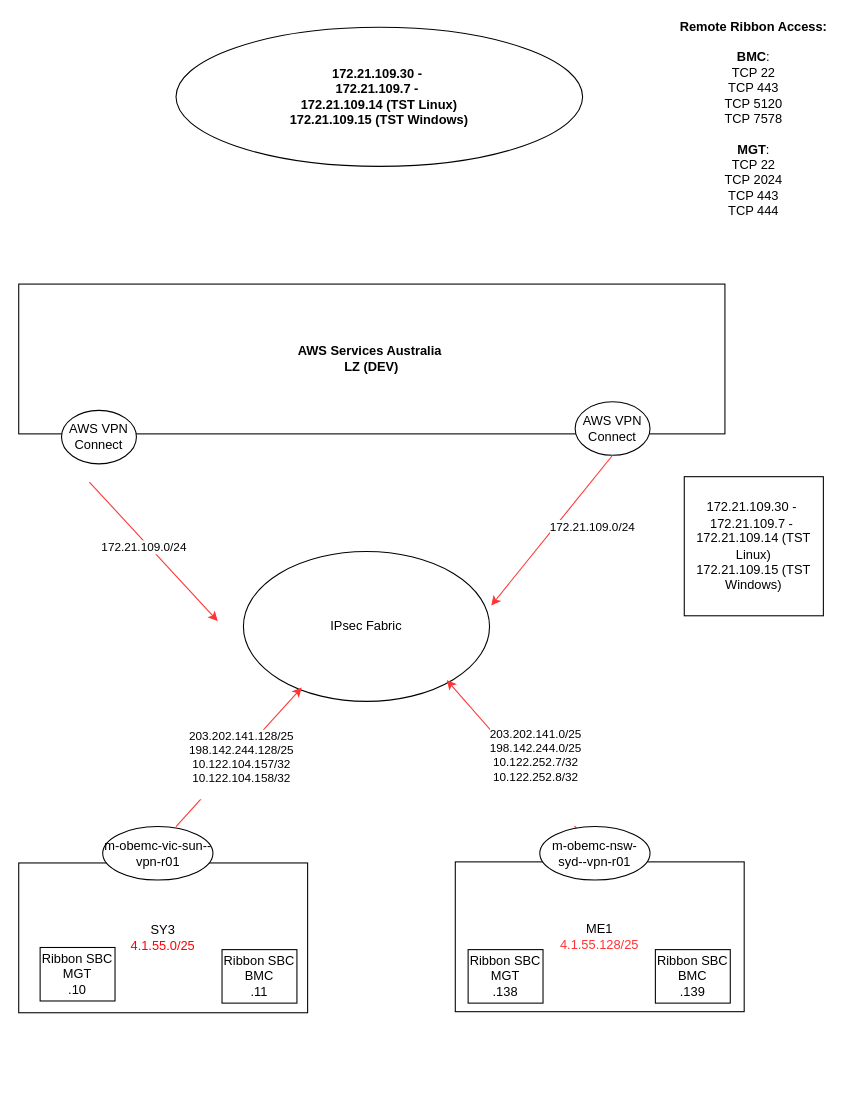
Above: SA Dev AWS into ATAC.drawio in mr-clutch/draw-io (draw.io), before the change. Source tidied: cells renumbered, new cells numbered last; positions are measured from the earlier drawing's top-left corner, leaving out a move shared by most shapes. Both pictures are drawn from the tidied source at 107%, with x=0, y=0 at pixel (18, 27).
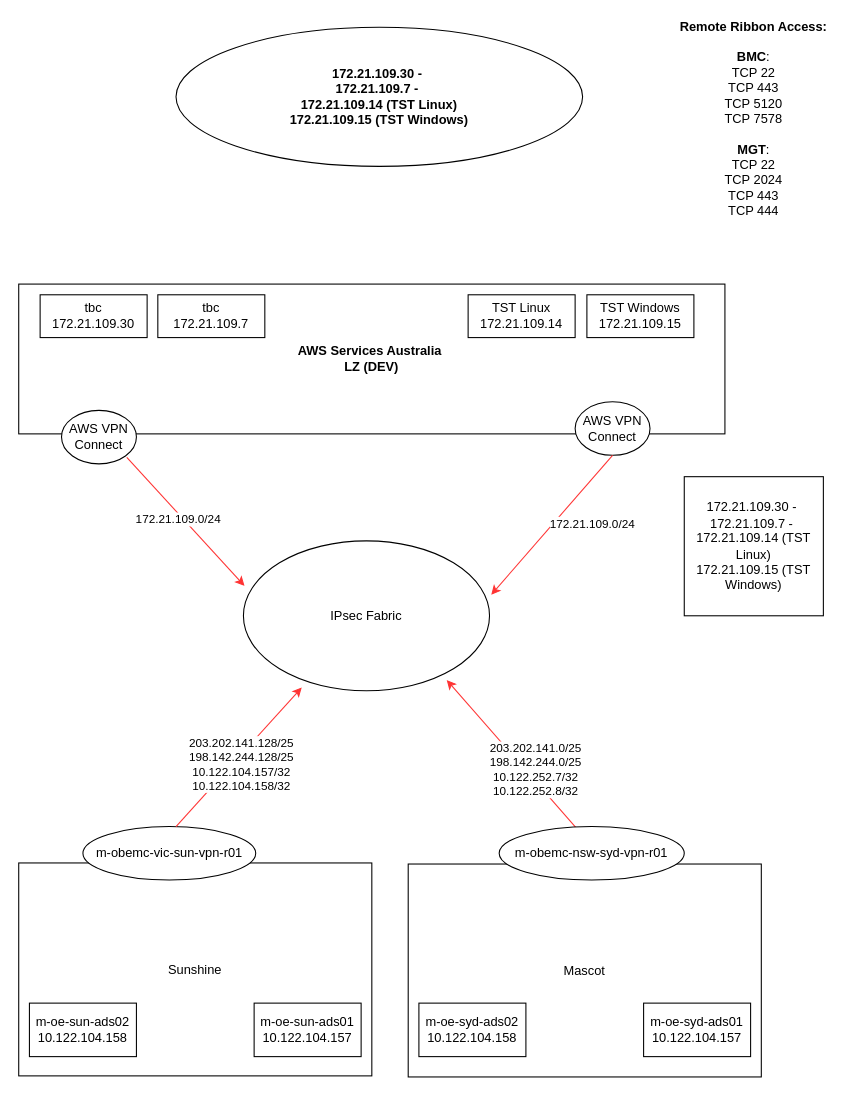
The same diagram, later.

The change refers to these unchanged cells:
```xml
<mxCell id="15" style="endArrow=classic;html=1;rounded=0;strokeColor=#FF3333;" parent="1" edge="1">
  <mxGeometry relative="1" as="geometry">
    <mxPoint x="147" y="747" as="sourcePoint" />
    <mxPoint x="264.5" y="617" as="targetPoint" />
  </mxGeometry>
</mxCell>
<mxCell id="19" style="endArrow=classic;html=1;rounded=0;strokeColor=#FF3333;" parent="1" edge="1">
  <mxGeometry relative="1" as="geometry">
    <mxPoint x="540" y="770" as="sourcePoint" />
    <mxPoint x="400" y="610" as="targetPoint" />
  </mxGeometry>
</mxCell>
```

The edit, as a diff of the source:
```diff
@@
     <mxCell id="2" value="IPsec Fabric" style="ellipse;whiteSpace=wrap;html=1;" parent="1" vertex="1">
-      <mxGeometry x="210" y="490" width="230" height="140" as="geometry" />
+      <mxGeometry x="210" y="480" width="230" height="140" as="geometry" />
     </mxCell>
@@
-    <mxCell id="4" value="SY3&lt;br&gt;&lt;font color=&quot;#ff0000&quot;&gt;4.1.55.0/25&lt;/font&gt;" style="rounded=0;whiteSpace=wrap;html=1;direction=west;" parent="1" vertex="1">
-      <mxGeometry y="781" width="270" height="140" as="geometry" />
+    <mxCell id="4" value="Sunshine" style="rounded=0;whiteSpace=wrap;html=1;direction=west;" parent="1" vertex="1">
+      <mxGeometry y="781" width="330" height="199" as="geometry" />
     </mxCell>
-    <mxCell id="5" value="ME1&lt;div&gt;&lt;font color=&quot;#ff3333&quot;&gt;4.1.55.128/25&lt;/font&gt;&lt;/div&gt;" style="rounded=0;whiteSpace=wrap;html=1;direction=west;" parent="1" vertex="1">
-      <mxGeometry x="408" y="780" width="270" height="140" as="geometry" />
+    <mxCell id="5" value="Mascot" style="rounded=0;whiteSpace=wrap;html=1;direction=west;" parent="1" vertex="1">
+      <mxGeometry x="364" y="782" width="330" height="199" as="geometry" />
     </mxCell>
@@
-    <mxCell id="8" value="m-obemc-vic-sun--vpn-r01" style="ellipse;whiteSpace=wrap;html=1;" parent="1" vertex="1">
-      <mxGeometry x="78.5" y="747" width="103" height="50" as="geometry" />
+    <mxCell id="8" value="m-obemc-vic-sun-vpn-r01" style="ellipse;whiteSpace=wrap;html=1;" parent="1" vertex="1">
+      <mxGeometry x="60" y="747" width="161.5" height="50" as="geometry" />
     </mxCell>
@@
-    <mxCell id="10" value="Ribbon SBC&lt;div&gt;MGT&lt;/div&gt;&lt;div&gt;.10&lt;/div&gt;" style="rounded=0;whiteSpace=wrap;html=1;direction=west;" parent="1" vertex="1">
-      <mxGeometry x="20" y="860" width="70" height="50" as="geometry" />
+    <mxCell id="10" value="m-oe-sun-ads02&lt;div&gt;10.122.104.158&lt;/div&gt;" style="rounded=0;whiteSpace=wrap;html=1;direction=west;" parent="1" vertex="1">
+      <mxGeometry x="10" y="912" width="100" height="50" as="geometry" />
     </mxCell>
-    <mxCell id="11" value="Ribbon SBC&lt;div&gt;BMC&lt;/div&gt;&lt;div&gt;.11&lt;/div&gt;" style="rounded=0;whiteSpace=wrap;html=1;direction=west;" parent="1" vertex="1">
-      <mxGeometry x="190" y="862" width="70" height="50" as="geometry" />
+    <mxCell id="11" value="m-oe-sun-ads01&lt;div&gt;10.122.104.157&lt;/div&gt;" style="rounded=0;whiteSpace=wrap;html=1;direction=west;" parent="1" vertex="1">
+      <mxGeometry x="220" y="912" width="100" height="50" as="geometry" />
     </mxCell>
-    <mxCell id="12" value="Ribbon SBC&lt;div&gt;MGT&lt;/div&gt;&lt;div&gt;.138&lt;/div&gt;" style="rounded=0;whiteSpace=wrap;html=1;direction=west;" parent="1" vertex="1">
-      <mxGeometry x="420" y="862" width="70" height="50" as="geometry" />
-    </mxCell>
-    <mxCell id="13" value="Ribbon SBC&lt;div&gt;BMC&lt;/div&gt;&lt;div&gt;.139&lt;/div&gt;" style="rounded=0;whiteSpace=wrap;html=1;direction=west;" parent="1" vertex="1">
-      <mxGeometry x="595" y="862" width="70" height="50" as="geometry" />
-    </mxCell>
@@
-    <mxCell id="16" value="203.202.141.128/25&lt;div&gt;198.142.244.128/25&lt;/div&gt;&lt;div&gt;10.122.104.157/32&lt;/div&gt;&lt;div&gt;&lt;div&gt;10.122.104.158/32&lt;/div&gt;&lt;div&gt;&lt;br&gt;&lt;/div&gt;&lt;/div&gt;" style="edgeLabel;html=1;align=center;verticalAlign=middle;strokeColor=#FF3333;" parent="15" vertex="1">
+    <mxCell id="16" value="203.202.141.128/25&lt;div&gt;198.142.244.128/25&lt;/div&gt;&lt;div&gt;10.122.104.157/32&lt;/div&gt;&lt;div&gt;&lt;div&gt;10.122.104.158/32&lt;/div&gt;&lt;/div&gt;" style="edgeLabel;html=1;align=center;verticalAlign=middle;strokeColor=#FF3333;" parent="15" vertex="1">
       <mxGeometry x="-0.4" y="2" relative="1" as="geometry">
         <mxPoint x="26" y="-18" as="offset" />
       </mxGeometry>
     </mxCell>
     <mxCell id="17" style="endArrow=classic;html=1;rounded=0;strokeColor=#FF3333;" parent="1" edge="1">
       <mxGeometry relative="1" as="geometry">
-        <mxPoint x="66" y="425" as="sourcePoint" />
-        <mxPoint x="186" y="555" as="targetPoint" />
+        <mxPoint x="101" y="402" as="sourcePoint" />
+        <mxPoint x="211" y="522" as="targetPoint" />
       </mxGeometry>
     </mxCell>
@@
-    <mxCell id="20" value="&lt;br&gt;203.202.141.0/25&lt;div style=&quot;forced-color-adjust: none;&quot;&gt;198.142.244.0/25&lt;/div&gt;&lt;div style=&quot;forced-color-adjust: none;&quot;&gt;10.122.252.7/32&lt;/div&gt;&lt;div style=&quot;forced-color-adjust: none;&quot;&gt;&lt;div style=&quot;forced-color-adjust: none;&quot;&gt;10.122.252.8/32&lt;/div&gt;&lt;div style=&quot;forced-color-adjust: none;&quot;&gt;&lt;br style=&quot;forced-color-adjust: none; color: rgb(0, 0, 0); font-family: Helvetica; font-size: 11px; font-style: normal; font-variant-ligatures: normal; font-variant-caps: normal; font-weight: 400; letter-spacing: normal; orphans: 2; text-align: center; text-indent: 0px; text-transform: none; widows: 2; word-spacing: 0px; -webkit-text-stroke-width: 0px; white-space: nowrap; background-color: rgb(255, 255, 255); text-decoration-thickness: initial; text-decoration-style: initial; text-decoration-color: initial;&quot;&gt;&lt;br&gt;&lt;br&gt;&lt;/div&gt;&lt;/div&gt;" style="edgeLabel;html=1;align=center;verticalAlign=middle;strokeColor=#FF3333;direction=south;" parent="19" vertex="1">
+    <mxCell id="20" value="203.202.141.0/25&lt;div style=&quot;forced-color-adjust: none;&quot;&gt;198.142.244.0/25&lt;/div&gt;&lt;div style=&quot;forced-color-adjust: none;&quot;&gt;10.122.252.7/32&lt;/div&gt;&lt;div style=&quot;forced-color-adjust: none;&quot;&gt;&lt;div style=&quot;forced-color-adjust: none;&quot;&gt;10.122.252.8/32&lt;/div&gt;&lt;/div&gt;" style="edgeLabel;html=1;align=center;verticalAlign=middle;strokeColor=#FF3333;direction=south;" parent="19" vertex="1">
       <mxGeometry x="-0.4" y="2" relative="1" as="geometry">
         <mxPoint x="-14" y="-30" as="offset" />
       </mxGeometry>
     </mxCell>
@@
-    <mxCell id="25" value="m-obemc-nsw-syd--vpn-r01" style="ellipse;whiteSpace=wrap;html=1;" parent="1" vertex="1">
-      <mxGeometry x="487" y="747" width="103" height="50" as="geometry" />
+    <mxCell id="25" value="m-obemc-nsw-syd-vpn-r01" style="ellipse;whiteSpace=wrap;html=1;" parent="1" vertex="1">
+      <mxGeometry x="449" y="747" width="173" height="50" as="geometry" />
     </mxCell>
+    <mxCell id="26" value="m-oe-syd-ads02&lt;div&gt;10.122.104.158&lt;/div&gt;" style="rounded=0;whiteSpace=wrap;html=1;direction=west;" parent="1" vertex="1">
+      <mxGeometry x="374" y="912" width="100" height="50" as="geometry" />
+    </mxCell>
+    <mxCell id="27" value="m-oe-syd-ads01&lt;div&gt;10.122.104.157&lt;/div&gt;" style="rounded=0;whiteSpace=wrap;html=1;direction=west;" parent="1" vertex="1">
+      <mxGeometry x="584" y="912" width="100" height="50" as="geometry" />
+    </mxCell>
+    <mxCell id="28" value="tbc&lt;br&gt;&lt;div&gt;172.21.109.30&lt;/div&gt;" style="rounded=0;whiteSpace=wrap;html=1;direction=west;" parent="1" vertex="1">
+      <mxGeometry x="20" y="250" width="100" height="40" as="geometry" />
+    </mxCell>
+    <mxCell id="29" value="&lt;div&gt;tbc&lt;/div&gt;&lt;div&gt;172.21.109.7&lt;/div&gt;" style="rounded=0;whiteSpace=wrap;html=1;direction=west;" parent="1" vertex="1">
+      <mxGeometry x="130" y="250" width="100" height="40" as="geometry" />
+    </mxCell>
+    <mxCell id="30" value="&lt;div&gt;TST Linux&lt;/div&gt;172.21.109.14" style="rounded=0;whiteSpace=wrap;html=1;direction=west;" parent="1" vertex="1">
+      <mxGeometry x="420" y="250" width="100" height="40" as="geometry" />
+    </mxCell>
+    <mxCell id="31" value="&lt;div&gt;TST Windows&lt;/div&gt;172.21.109.15" style="rounded=0;whiteSpace=wrap;html=1;direction=west;" parent="1" vertex="1">
+      <mxGeometry x="531" y="250" width="100" height="40" as="geometry" />
+    </mxCell>
```
